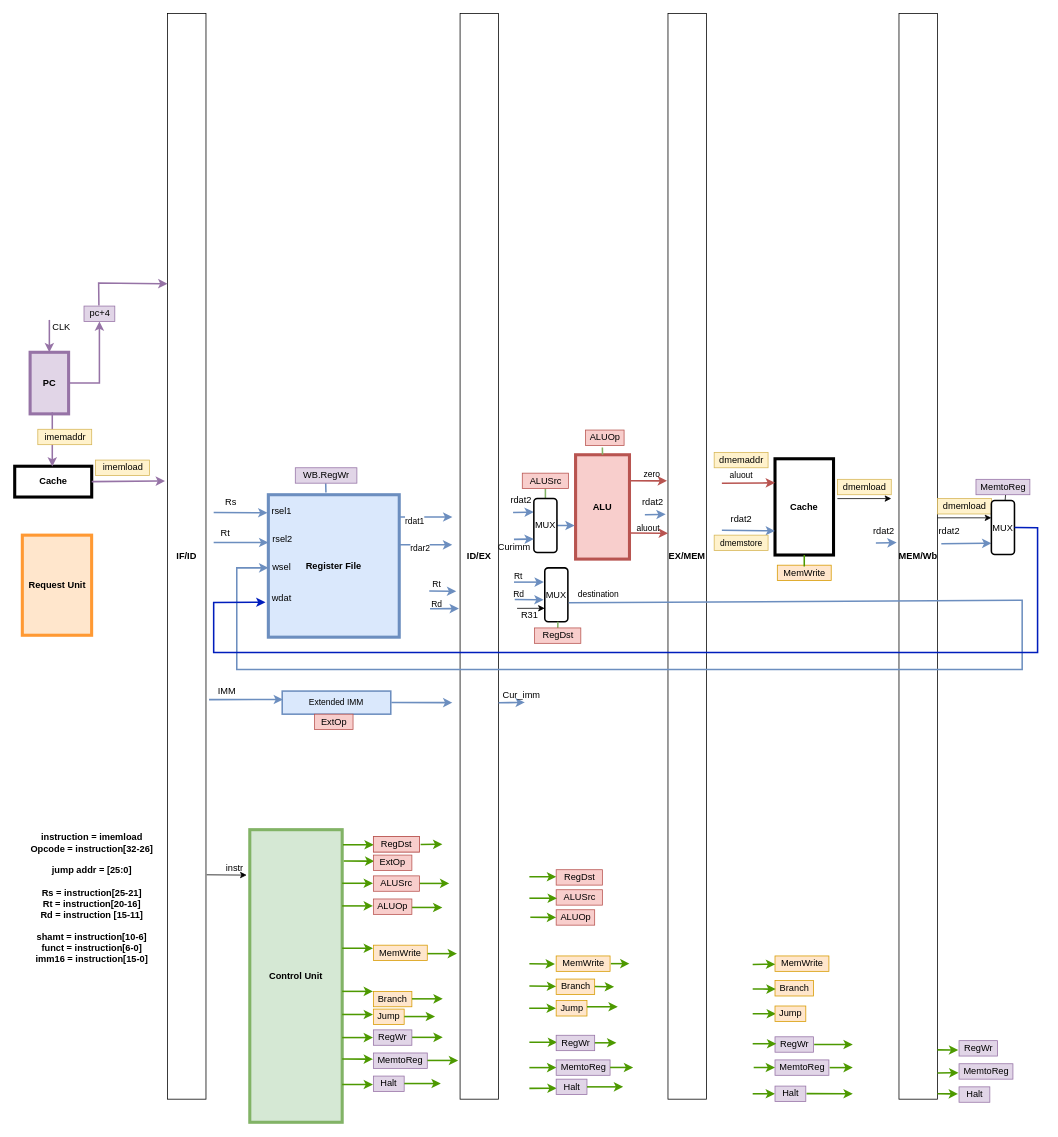
Earlier version of the draw.io diagram pipeline.drawio (vickyfyq/ece437). Source tidied: cells renumbered, new cells numbered last; positions are measured from the earlier drawing's top-left corner, leaving out a move shared by most shapes. Both pictures are drawn from the tidied source at 77%, with x=0, y=0 at pixel (15, 13).
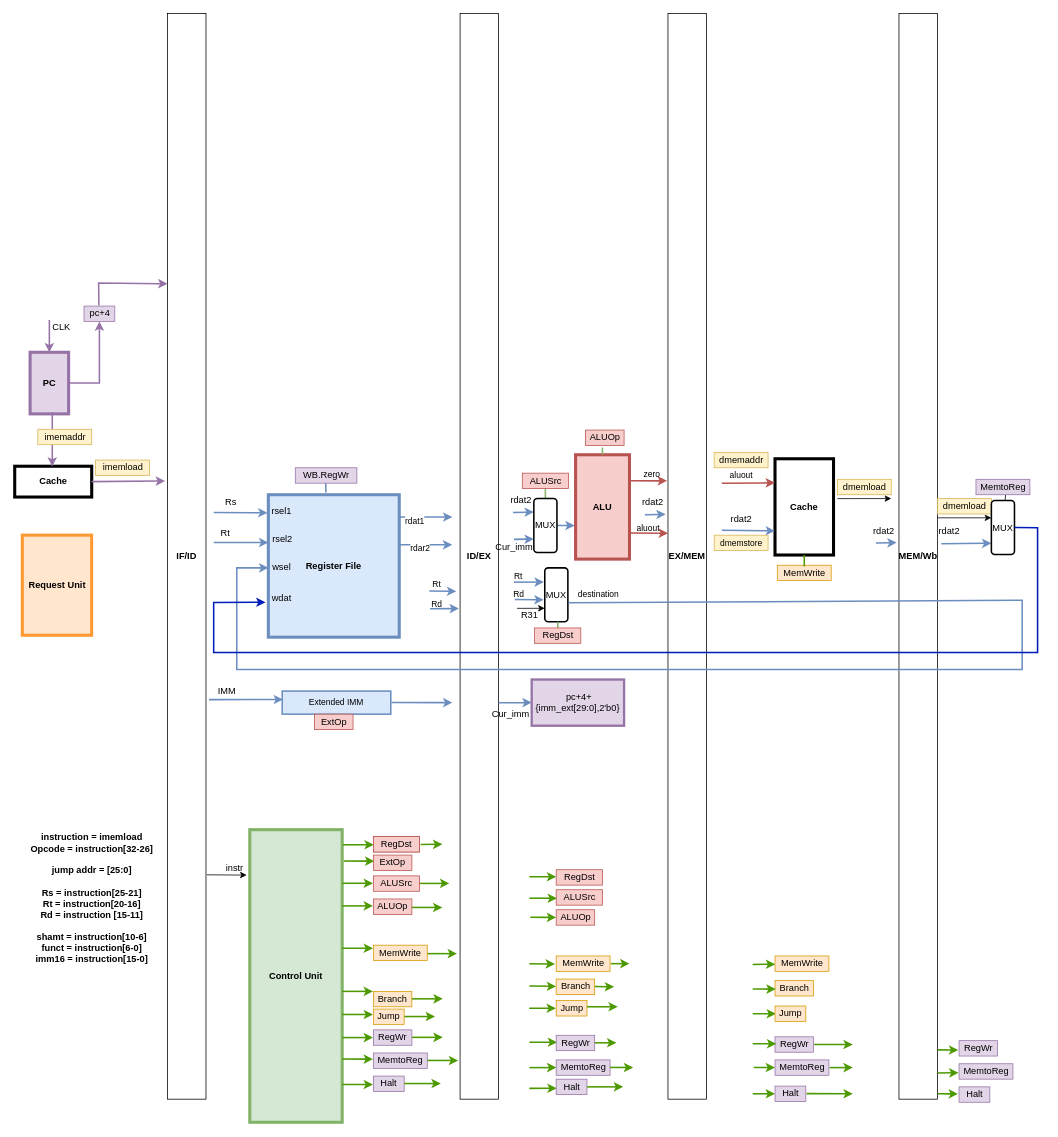
Above is the later version.

The edit, as a diff of the source:
```diff
@@
-    <mxCell id="113" style="endArrow=classic;html=1;rounded=0;labelBackgroundColor=default;fontFamily=Helvetica;fontSize=11;fontColor=default;strokeColor=#6c8ebf;strokeWidth=2;fillColor=#dae8fc;shape=connector;exitX=1.034;exitY=0.575;exitDx=0;exitDy=0;exitPerimeter=0;" parent="1" edge="1">
+    <mxCell id="113" style="endArrow=classic;html=1;rounded=0;labelBackgroundColor=default;fontFamily=Helvetica;fontSize=11;fontColor=default;strokeColor=#6c8ebf;strokeWidth=2;fillColor=#dae8fc;shape=connector;exitX=1.034;exitY=0.575;exitDx=0;exitDy=0;exitPerimeter=0;entryX=0;entryY=0.5;entryDx=0;entryDy=0;" parent="1" edge="1" target="172">
       <mxGeometry relative="1" as="geometry">
         <mxPoint x="628" y="895.2" as="sourcePoint" />
-        <mxPoint x="662.1" y="894.7" as="targetPoint" />
       </mxGeometry>
     </mxCell>
@@
     <mxCell id="139" value="Cur_imm" style="text;html=1;strokeColor=none;fillColor=none;align=center;verticalAlign=middle;whiteSpace=wrap;rounded=0;" parent="1" vertex="1">
-      <mxGeometry x="628" y="870" width="60" height="30" as="geometry" />
+      <mxGeometry x="613.8" y="895" width="60" height="30" as="geometry" />
     </mxCell>
-    <mxCell id="140" value="Curimm" style="text;html=1;strokeColor=none;fillColor=none;align=center;verticalAlign=middle;whiteSpace=wrap;rounded=0;" parent="1" vertex="1">
+    <mxCell id="140" value="Cur_imm" style="text;html=1;strokeColor=none;fillColor=none;align=center;verticalAlign=middle;whiteSpace=wrap;rounded=0;" parent="1" vertex="1">
       <mxGeometry x="628" y="685" width="41.2" height="15" as="geometry" />
     </mxCell>
@@
+    <mxCell id="172" value="&amp;nbsp;pc+4+ {imm_ext[29:0],2'b0}" style="whiteSpace=wrap;html=1;fillColor=#e1d5e7;strokeColor=#9673a6;gradientColor=none;strokeWidth=3;" parent="1" vertex="1">
+      <mxGeometry x="671" y="865" width="120" height="60" as="geometry" />
+    </mxCell>
```
